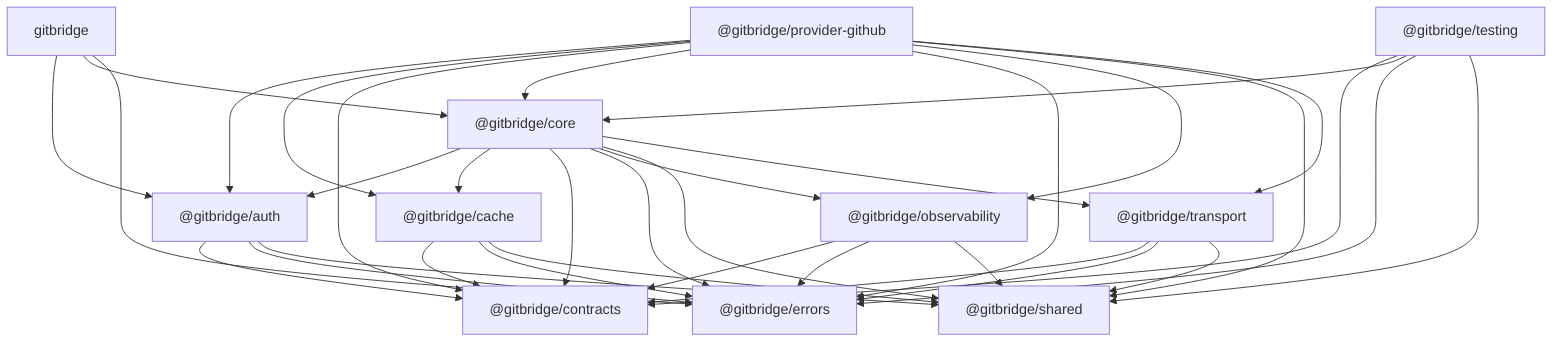
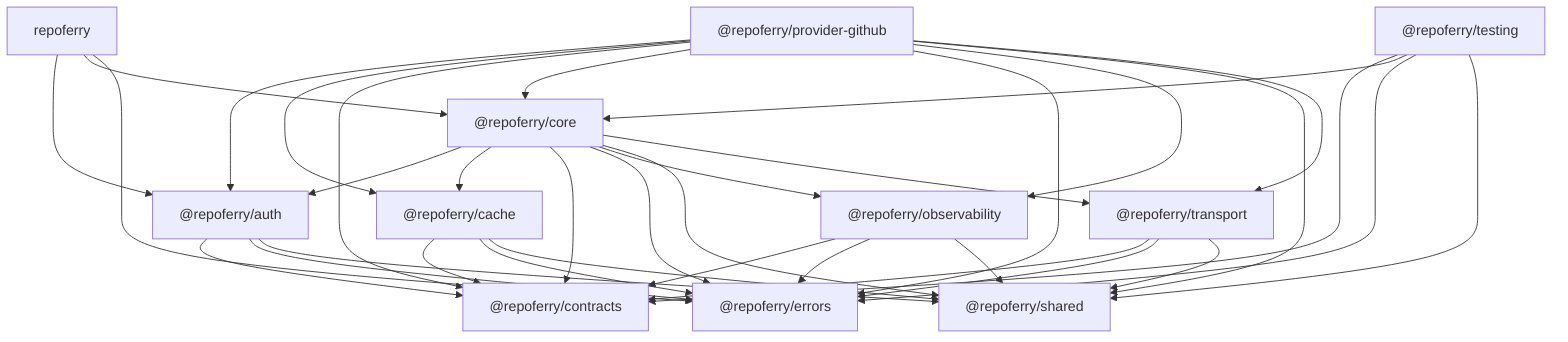
flowchart TD
-   Gitbridge["gitbridge"]
-   Core["@gitbridge/core"]
-   Contracts["@gitbridge/contracts"]
-   Auth["@gitbridge/auth"]
-   Cache["@gitbridge/cache"]
-   Errors["@gitbridge/errors"]
-   Observability["@gitbridge/observability"]
-   Shared["@gitbridge/shared"]
-   Testing["@gitbridge/testing"]
-   Transport["@gitbridge/transport"]
-   GitHub["@gitbridge/provider-github"]
+   RepoFerry["repoferry"]
+   Core["@repoferry/core"]
+   Contracts["@repoferry/contracts"]
+   Auth["@repoferry/auth"]
+   Cache["@repoferry/cache"]
+   Errors["@repoferry/errors"]
+   Observability["@repoferry/observability"]
+   Shared["@repoferry/shared"]
+   Testing["@repoferry/testing"]
+   Transport["@repoferry/transport"]
+   GitHub["@repoferry/provider-github"]

-   Gitbridge --> Auth
-   Gitbridge --> Core
-   Gitbridge --> Errors
+   RepoFerry --> Auth
+   RepoFerry --> Core
+   RepoFerry --> Errors

  Core --> Auth
  Core --> Cache
  Core --> Contracts
  Core --> Errors
  Core --> Observability
  Core --> Shared
  Core --> Transport

  Auth --> Contracts
  Auth --> Errors
  Auth --> Shared

  Cache --> Contracts
  Cache --> Errors
  Cache --> Shared

  Observability --> Contracts
  Observability --> Errors
  Observability --> Shared

  Transport --> Contracts
  Transport --> Errors
  Transport --> Shared

  GitHub --> Auth
  GitHub --> Cache
  GitHub --> Contracts
  GitHub --> Core
  GitHub --> Errors
  GitHub --> Observability
  GitHub --> Shared
  GitHub --> Transport

  Testing --> Contracts
  Testing --> Core
  Testing --> Errors
  Testing --> Shared
